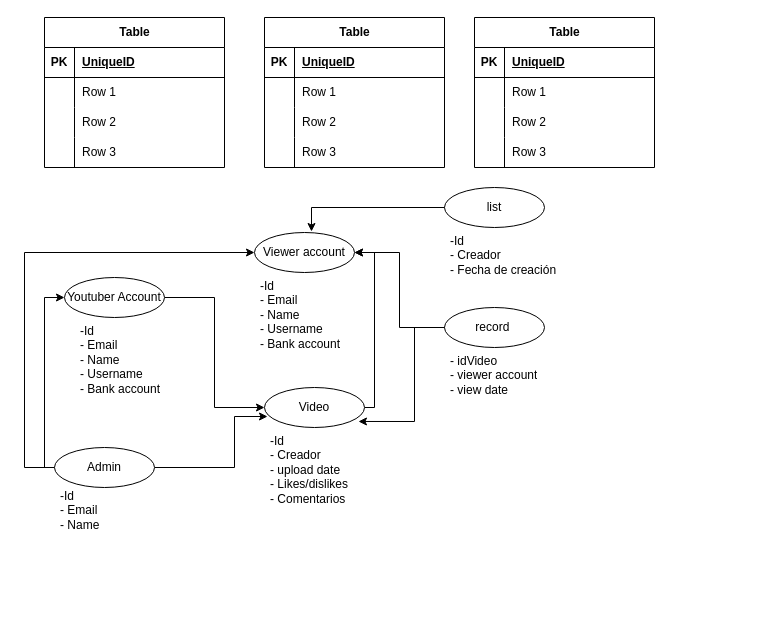
Before: workshop_1/workshop1.drawio in JSMONTOYAS/Database_foundations, a draw.io diagram. Source tidied: cells renumbered, new cells numbered last; positions are measured from the earlier drawing's top-left corner, leaving out a move shared by most shapes. Both pictures are drawn from the tidied source at 100%, with x=0, y=0 at pixel (24, 17).
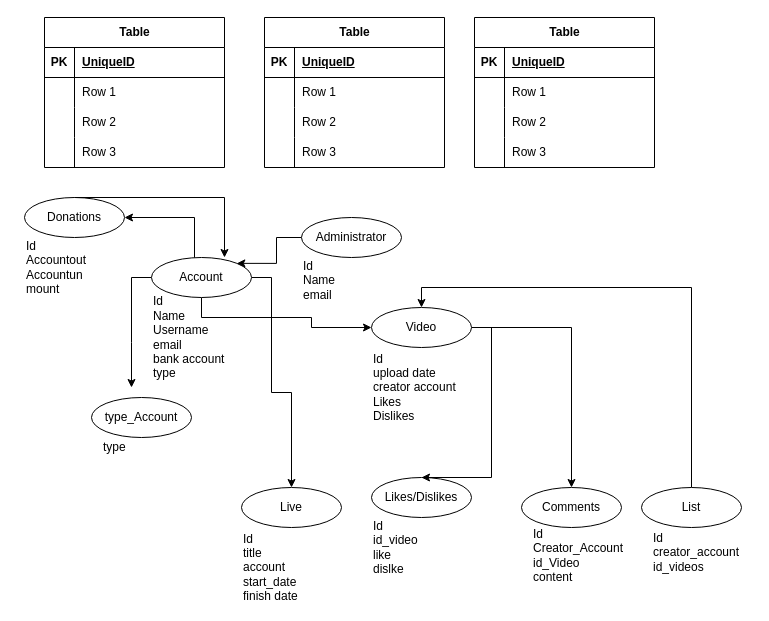
After the change.

Diff of the diagram source:
```diff
@@
-    <mxCell id="41" style="edgeStyle=orthogonalEdgeStyle;rounded=0;jettySize=auto;html=1;entryX=0;entryY=0.5;entryDx=0;entryDy=0;" parent="1" edge="1" source="42" target="52">
-      <mxGeometry relative="1" as="geometry" />
-    </mxCell>
-    <mxCell id="42" value="Youtuber Account" style="ellipse;whiteSpace=wrap;html=1;align=center;" parent="1" vertex="1">
-      <mxGeometry x="40" y="260" width="100" height="40" as="geometry" />
-    </mxCell>
-    <mxCell id="43" value="-Id&lt;br&gt;- Email&lt;br&gt;- Name&lt;br&gt;- Username&amp;nbsp;&lt;br&gt;- Bank account&amp;nbsp;" style="text;strokeColor=none;fillColor=none;spacingLeft=4;spacingRight=4;overflow=hidden;fontSize=12;whiteSpace=wrap;html=1;" parent="1" vertex="1">
-      <mxGeometry x="50" y="300" width="120" height="130" as="geometry" />
-    </mxCell>
-    <mxCell id="44" value="Viewer account" style="ellipse;whiteSpace=wrap;html=1;align=center;" parent="1" vertex="1">
-      <mxGeometry x="230" y="215" width="100" height="40" as="geometry" />
-    </mxCell>
-    <mxCell id="45" value="-Id&lt;br&gt;- Email&lt;br&gt;- Name&lt;br&gt;- Username&amp;nbsp;&lt;br&gt;- Bank account&amp;nbsp;" style="text;strokeColor=none;fillColor=none;spacingLeft=4;spacingRight=4;overflow=hidden;fontSize=12;whiteSpace=wrap;html=1;" parent="1" vertex="1">
-      <mxGeometry x="230" y="255" width="120" height="90" as="geometry" />
-    </mxCell>
-    <mxCell id="46" style="edgeStyle=orthogonalEdgeStyle;rounded=0;jettySize=auto;html=1;entryX=0.03;entryY=0.725;entryDx=0;entryDy=0;entryPerimeter=0;" parent="1" edge="1" source="49" target="52">
-      <mxGeometry relative="1" as="geometry">
-        <Array as="points">
-          <mxPoint x="210" y="450" />
-          <mxPoint x="210" y="399" />
-        </Array>
-      </mxGeometry>
-    </mxCell>
-    <mxCell id="47" style="edgeStyle=orthogonalEdgeStyle;rounded=0;jettySize=auto;html=1;entryX=0;entryY=0.5;entryDx=0;entryDy=0;" parent="1" edge="1" source="49" target="42">
-      <mxGeometry relative="1" as="geometry">
-        <Array as="points">
-          <mxPoint x="20" y="450" />
-          <mxPoint x="20" y="280" />
-        </Array>
-      </mxGeometry>
-    </mxCell>
-    <mxCell id="48" style="edgeStyle=orthogonalEdgeStyle;rounded=0;jettySize=auto;html=1;entryX=0;entryY=0.5;entryDx=0;entryDy=0;" parent="1" edge="1" source="49" target="44">
-      <mxGeometry relative="1" as="geometry">
-        <Array as="points">
-          <mxPoint y="450" />
-          <mxPoint y="235" />
-        </Array>
-      </mxGeometry>
-    </mxCell>
-    <mxCell id="49" value="Admin" style="ellipse;whiteSpace=wrap;html=1;align=center;" parent="1" vertex="1">
-      <mxGeometry x="30" y="430" width="100" height="40" as="geometry" />
-    </mxCell>
-    <mxCell id="50" value="-Id&lt;br&gt;- Email&lt;br&gt;- Name" style="text;strokeColor=none;fillColor=none;spacingLeft=4;spacingRight=4;overflow=hidden;fontSize=12;whiteSpace=wrap;html=1;" parent="1" vertex="1">
-      <mxGeometry x="30" y="465" width="120" height="90" as="geometry" />
-    </mxCell>
-    <mxCell id="51" style="edgeStyle=orthogonalEdgeStyle;rounded=0;jettySize=auto;html=1;entryX=1;entryY=0.5;entryDx=0;entryDy=0;" parent="1" edge="1" source="52" target="44">
-      <mxGeometry relative="1" as="geometry">
-        <Array as="points">
-          <mxPoint x="350" y="390" />
-          <mxPoint x="350" y="235" />
-        </Array>
-      </mxGeometry>
-    </mxCell>
+    <mxCell id="61" style="edgeStyle=orthogonalEdgeStyle;rounded=0;jettySize=auto;html=1;" parent="1" edge="1" source="54">
+      <mxGeometry relative="1" as="geometry">
+        <mxPoint x="107" y="370" as="targetPoint" />
+      </mxGeometry>
+    </mxCell>
+    <mxCell id="62" style="edgeStyle=orthogonalEdgeStyle;rounded=0;jettySize=auto;html=1;entryX=0;entryY=0.5;entryDx=0;entryDy=0;" parent="1" edge="1" source="54" target="52">
+      <mxGeometry relative="1" as="geometry">
+        <Array as="points">
+          <mxPoint x="177" y="300" />
+          <mxPoint x="287" y="300" />
+          <mxPoint x="287" y="310" />
+        </Array>
+      </mxGeometry>
+    </mxCell>
+    <mxCell id="63" style="edgeStyle=orthogonalEdgeStyle;rounded=0;jettySize=auto;html=1;" parent="1" edge="1" source="54" target="73">
+      <mxGeometry relative="1" as="geometry">
+        <Array as="points">
+          <mxPoint x="247" y="260" />
+          <mxPoint x="247" y="375" />
+          <mxPoint x="267" y="375" />
+        </Array>
+      </mxGeometry>
+    </mxCell>
+    <mxCell id="64" style="edgeStyle=orthogonalEdgeStyle;rounded=0;jettySize=auto;html=1;entryX=1;entryY=0.5;entryDx=0;entryDy=0;" parent="1" edge="1" source="54" target="70">
+      <mxGeometry relative="1" as="geometry">
+        <Array as="points">
+          <mxPoint x="170" y="200" />
+        </Array>
+      </mxGeometry>
+    </mxCell>
+    <mxCell id="54" value="Account" style="ellipse;whiteSpace=wrap;html=1;align=center;" parent="1" vertex="1">
+      <mxGeometry x="127" y="240" width="100" height="40" as="geometry" />
+    </mxCell>
+    <mxCell id="65" value="Likes/Dislikes" style="ellipse;whiteSpace=wrap;html=1;align=center;" parent="1" vertex="1">
+      <mxGeometry x="347" y="460" width="100" height="40" as="geometry" />
+    </mxCell>
+    <mxCell id="66" style="edgeStyle=orthogonalEdgeStyle;rounded=0;jettySize=auto;html=1;entryX=0.5;entryY=0;entryDx=0;entryDy=0;" parent="1" edge="1" source="67" target="52">
+      <mxGeometry relative="1" as="geometry">
+        <Array as="points">
+          <mxPoint x="667" y="270" />
+          <mxPoint x="397" y="270" />
+        </Array>
+      </mxGeometry>
+    </mxCell>
+    <mxCell id="67" value="List" style="ellipse;whiteSpace=wrap;html=1;align=center;" parent="1" vertex="1">
+      <mxGeometry x="617" y="470" width="100" height="40" as="geometry" />
+    </mxCell>
+    <mxCell id="68" style="edgeStyle=orthogonalEdgeStyle;rounded=0;jettySize=auto;html=1;entryX=0.5;entryY=0;entryDx=0;entryDy=0;" parent="1" edge="1" source="52" target="75">
+      <mxGeometry relative="1" as="geometry" />
+    </mxCell>
+    <mxCell id="69" style="edgeStyle=orthogonalEdgeStyle;rounded=0;jettySize=auto;html=1;entryX=0.5;entryY=0;entryDx=0;entryDy=0;" parent="1" edge="1" source="52" target="65">
+      <mxGeometry relative="1" as="geometry">
+        <Array as="points">
+          <mxPoint x="467" y="310" />
+          <mxPoint x="467" y="460" />
+        </Array>
+      </mxGeometry>
+    </mxCell>
     <mxCell id="52" value="Video" style="ellipse;whiteSpace=wrap;html=1;align=center;" parent="1" vertex="1">
-      <mxGeometry x="240" y="370" width="100" height="40" as="geometry" />
+      <mxGeometry x="347" y="290" width="100" height="40" as="geometry" />
     </mxCell>
-    <mxCell id="53" value="-Id&lt;br&gt;- Creador&amp;nbsp;&lt;br&gt;- upload date&lt;div&gt;- Likes/dislikes&lt;/div&gt;&lt;div&gt;- Comentarios&lt;/div&gt;" style="text;strokeColor=none;fillColor=none;spacingLeft=4;spacingRight=4;overflow=hidden;points=[[0,0.5],[1,0.5]];portConstraint=eastwest;fontSize=12;whiteSpace=wrap;html=1;" parent="1" vertex="1">
-      <mxGeometry x="240" y="410" width="120" height="90" as="geometry" />
-    </mxCell>
-    <mxCell id="54" value="list" style="ellipse;whiteSpace=wrap;html=1;align=center;" parent="1" vertex="1">
-      <mxGeometry x="420" y="170" width="100" height="40" as="geometry" />
-    </mxCell>
-    <mxCell id="55" value="-Id&lt;br&gt;- Creador&amp;nbsp;&lt;br&gt;- Fecha de creación" style="text;strokeColor=none;fillColor=none;spacingLeft=4;spacingRight=4;overflow=hidden;fontSize=12;whiteSpace=wrap;html=1;" parent="1" vertex="1">
-      <mxGeometry x="420" y="210" width="120" height="90" as="geometry" />
-    </mxCell>
-    <mxCell id="56" style="edgeStyle=orthogonalEdgeStyle;rounded=0;jettySize=auto;html=1;entryX=0.57;entryY=-0.025;entryDx=0;entryDy=0;entryPerimeter=0;" parent="1" edge="1" source="54" target="44">
-      <mxGeometry relative="1" as="geometry" />
-    </mxCell>
-    <mxCell id="57" value="- idVideo&lt;div&gt;- viewer account&lt;/div&gt;&lt;div&gt;- view date&lt;/div&gt;" style="text;strokeColor=none;fillColor=none;spacingLeft=4;spacingRight=4;overflow=hidden;fontSize=12;whiteSpace=wrap;html=1;" parent="1" vertex="1">
-      <mxGeometry x="420" y="330" width="120" height="90" as="geometry" />
-    </mxCell>
-    <mxCell id="58" style="edgeStyle=orthogonalEdgeStyle;rounded=0;jettySize=auto;html=1;entryX=1;entryY=0.5;entryDx=0;entryDy=0;" parent="1" edge="1" source="59" target="44">
-      <mxGeometry relative="1" as="geometry" />
-    </mxCell>
-    <mxCell id="59" value="record&amp;nbsp;" style="ellipse;whiteSpace=wrap;html=1;align=center;" parent="1" vertex="1">
-      <mxGeometry x="420" y="290" width="100" height="40" as="geometry" />
-    </mxCell>
-    <mxCell id="60" style="edgeStyle=orthogonalEdgeStyle;rounded=0;jettySize=auto;html=1;entryX=0.783;entryY=-0.067;entryDx=0;entryDy=0;entryPerimeter=0;exitX=0;exitY=0.5;exitDx=0;exitDy=0;" parent="1" edge="1" source="59" target="53">
-      <mxGeometry relative="1" as="geometry" />
-    </mxCell>
+    <mxCell id="70" value="Donations" style="ellipse;whiteSpace=wrap;html=1;align=center;" parent="1" vertex="1">
+      <mxGeometry y="180" width="100" height="40" as="geometry" />
+    </mxCell>
+    <mxCell id="71" style="edgeStyle=orthogonalEdgeStyle;rounded=0;jettySize=auto;html=1;entryX=1;entryY=0;entryDx=0;entryDy=0;" parent="1" edge="1" source="72" target="54">
+      <mxGeometry relative="1" as="geometry" />
+    </mxCell>
+    <mxCell id="72" value="Administrator" style="ellipse;whiteSpace=wrap;html=1;align=center;" parent="1" vertex="1">
+      <mxGeometry x="277" y="200" width="100" height="40" as="geometry" />
+    </mxCell>
+    <mxCell id="73" value="Live" style="ellipse;whiteSpace=wrap;html=1;align=center;" parent="1" vertex="1">
+      <mxGeometry x="217" y="470" width="100" height="40" as="geometry" />
+    </mxCell>
+    <mxCell id="74" value="type_Account" style="ellipse;whiteSpace=wrap;html=1;align=center;" parent="1" vertex="1">
+      <mxGeometry x="67" y="380" width="100" height="40" as="geometry" />
+    </mxCell>
+    <mxCell id="75" value="Comments" style="ellipse;whiteSpace=wrap;html=1;align=center;" parent="1" vertex="1">
+      <mxGeometry x="497" y="470" width="100" height="40" as="geometry" />
+    </mxCell>
+    <mxCell id="76" value="&lt;div&gt;Id&lt;/div&gt;Name&lt;div&gt;Username&lt;/div&gt;&lt;div style=&quot;&quot;&gt;email&lt;/div&gt;&lt;div style=&quot;&quot;&gt;bank account&lt;/div&gt;&lt;div style=&quot;&quot;&gt;type&lt;/div&gt;" style="text;html=1;align=left;verticalAlign=middle;whiteSpace=wrap;rounded=0;" parent="1" vertex="1">
+      <mxGeometry x="127" y="290" width="100" height="60" as="geometry" />
+    </mxCell>
+    <mxCell id="77" value="&lt;div&gt;Id&lt;/div&gt;Name&lt;div&gt;&lt;span style=&quot;background-color: initial;&quot;&gt;email&lt;/span&gt;&lt;br&gt;&lt;/div&gt;&lt;div style=&quot;&quot;&gt;&lt;br&gt;&lt;/div&gt;" style="text;html=1;align=left;verticalAlign=middle;whiteSpace=wrap;rounded=0;" parent="1" vertex="1">
+      <mxGeometry x="277" y="240" width="100" height="60" as="geometry" />
+    </mxCell>
+    <mxCell id="78" value="&lt;div&gt;Id&lt;/div&gt;upload date&lt;div&gt;creator account&amp;nbsp;&lt;/div&gt;&lt;div&gt;Likes&lt;/div&gt;&lt;div&gt;Dislikes&lt;/div&gt;" style="text;html=1;align=left;verticalAlign=middle;whiteSpace=wrap;rounded=0;" parent="1" vertex="1">
+      <mxGeometry x="347" y="340" width="100" height="60" as="geometry" />
+    </mxCell>
+    <mxCell id="79" value="&lt;div&gt;type&lt;/div&gt;" style="text;html=1;align=left;verticalAlign=middle;whiteSpace=wrap;rounded=0;" parent="1" vertex="1">
+      <mxGeometry x="77" y="400" width="100" height="60" as="geometry" />
+    </mxCell>
+    <mxCell id="80" value="&lt;div&gt;Id&lt;/div&gt;Accountout&lt;div&gt;Accountun&lt;/div&gt;&lt;div&gt;mount&lt;/div&gt;" style="text;html=1;align=left;verticalAlign=middle;whiteSpace=wrap;rounded=0;" parent="1" vertex="1">
+      <mxGeometry y="220" width="100" height="60" as="geometry" />
+    </mxCell>
+    <mxCell id="81" value="&lt;div&gt;Id&lt;/div&gt;&lt;div&gt;title&lt;/div&gt;&lt;div&gt;&lt;span style=&quot;background-color: initial;&quot;&gt;account&amp;nbsp;&lt;/span&gt;&lt;/div&gt;&lt;div&gt;start_date&amp;nbsp;&lt;/div&gt;&lt;div&gt;finish date&lt;/div&gt;" style="text;html=1;align=left;verticalAlign=middle;whiteSpace=wrap;rounded=0;" parent="1" vertex="1">
+      <mxGeometry x="217" y="520" width="100" height="60" as="geometry" />
+    </mxCell>
+    <mxCell id="82" value="&lt;div&gt;Id&lt;/div&gt;&lt;div&gt;id_video&lt;/div&gt;&lt;div&gt;like&lt;/div&gt;&lt;div&gt;dislke&lt;/div&gt;" style="text;html=1;align=left;verticalAlign=middle;whiteSpace=wrap;rounded=0;" parent="1" vertex="1">
+      <mxGeometry x="347" y="500" width="100" height="60" as="geometry" />
+    </mxCell>
+    <mxCell id="83" value="&lt;div&gt;Id&lt;/div&gt;&lt;div&gt;Creator_Account&lt;/div&gt;&lt;div&gt;id_Video&lt;/div&gt;&lt;div&gt;content&lt;/div&gt;" style="text;html=1;align=left;verticalAlign=middle;whiteSpace=wrap;rounded=0;" parent="1" vertex="1">
+      <mxGeometry x="507" y="508" width="100" height="60" as="geometry" />
+    </mxCell>
+    <mxCell id="84" value="&lt;div&gt;Id&lt;/div&gt;&lt;div&gt;&lt;span style=&quot;background-color: initial;&quot;&gt;creator_account&amp;nbsp;&lt;/span&gt;&lt;br&gt;&lt;/div&gt;&lt;div&gt;&lt;span style=&quot;background-color: initial;&quot;&gt;id_videos&lt;/span&gt;&lt;br&gt;&lt;/div&gt;" style="text;html=1;align=left;verticalAlign=middle;whiteSpace=wrap;rounded=0;" parent="1" vertex="1">
+      <mxGeometry x="627" y="505" width="100" height="60" as="geometry" />
+    </mxCell>
+    <mxCell id="85" style="edgeStyle=orthogonalEdgeStyle;rounded=0;jettySize=auto;html=1;entryX=0.73;entryY=0;entryDx=0;entryDy=0;entryPerimeter=0;" parent="1" edge="1" source="70" target="54">
+      <mxGeometry relative="1" as="geometry">
+        <Array as="points">
+          <mxPoint x="200" y="180" />
+        </Array>
+      </mxGeometry>
+    </mxCell>
```
